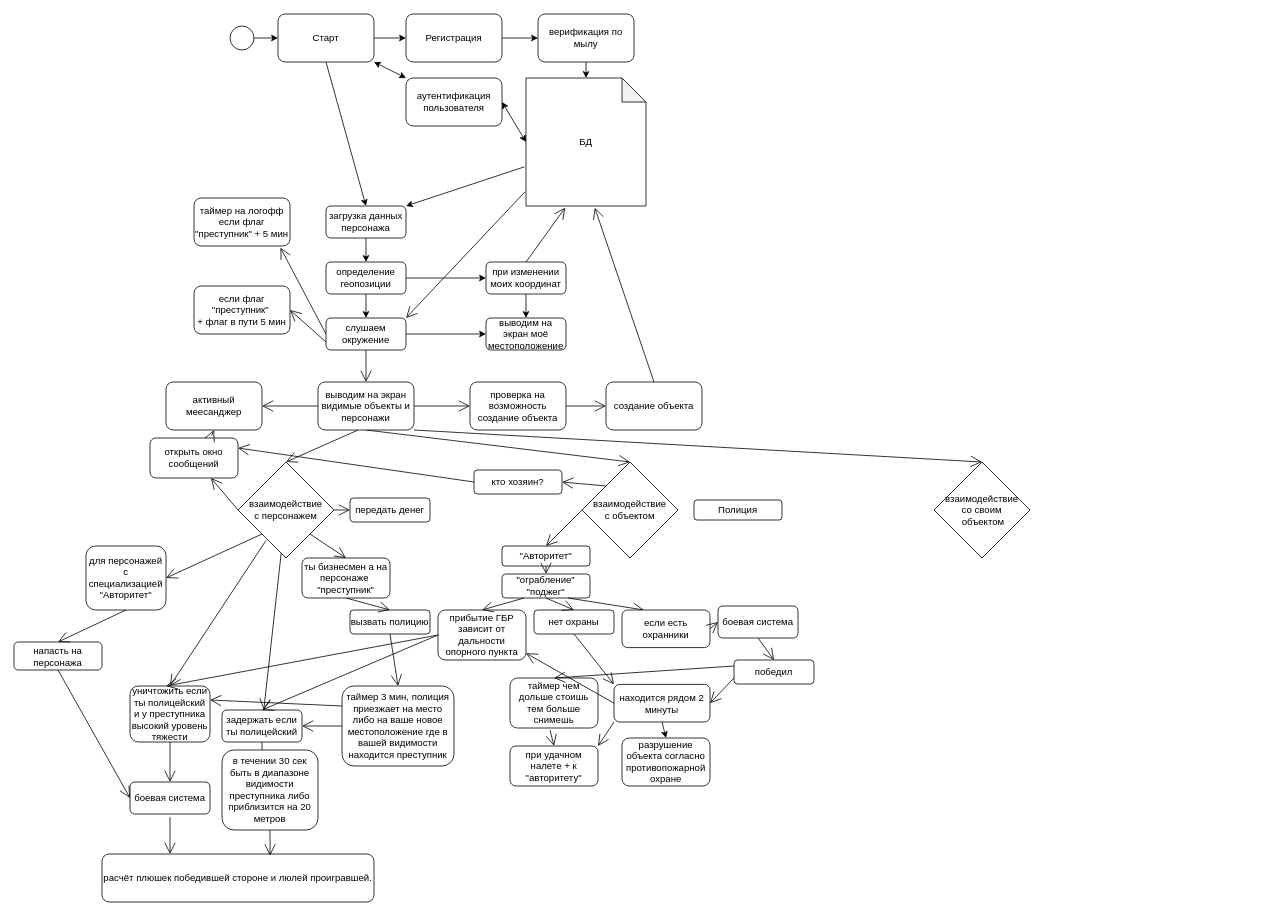
Earlier version of the draw.io diagram page "Architecture" (2 of 2) of libs/Mafia.drawio (PhoenixVRN/Mafia). Source tidied: cells renumbered, new cells numbered last; positions are measured from the earlier drawing's top-left corner, leaving out a move shared by most shapes. Both pictures are drawn from the tidied source at 80%, with x=0, y=0 at pixel (14, 14).
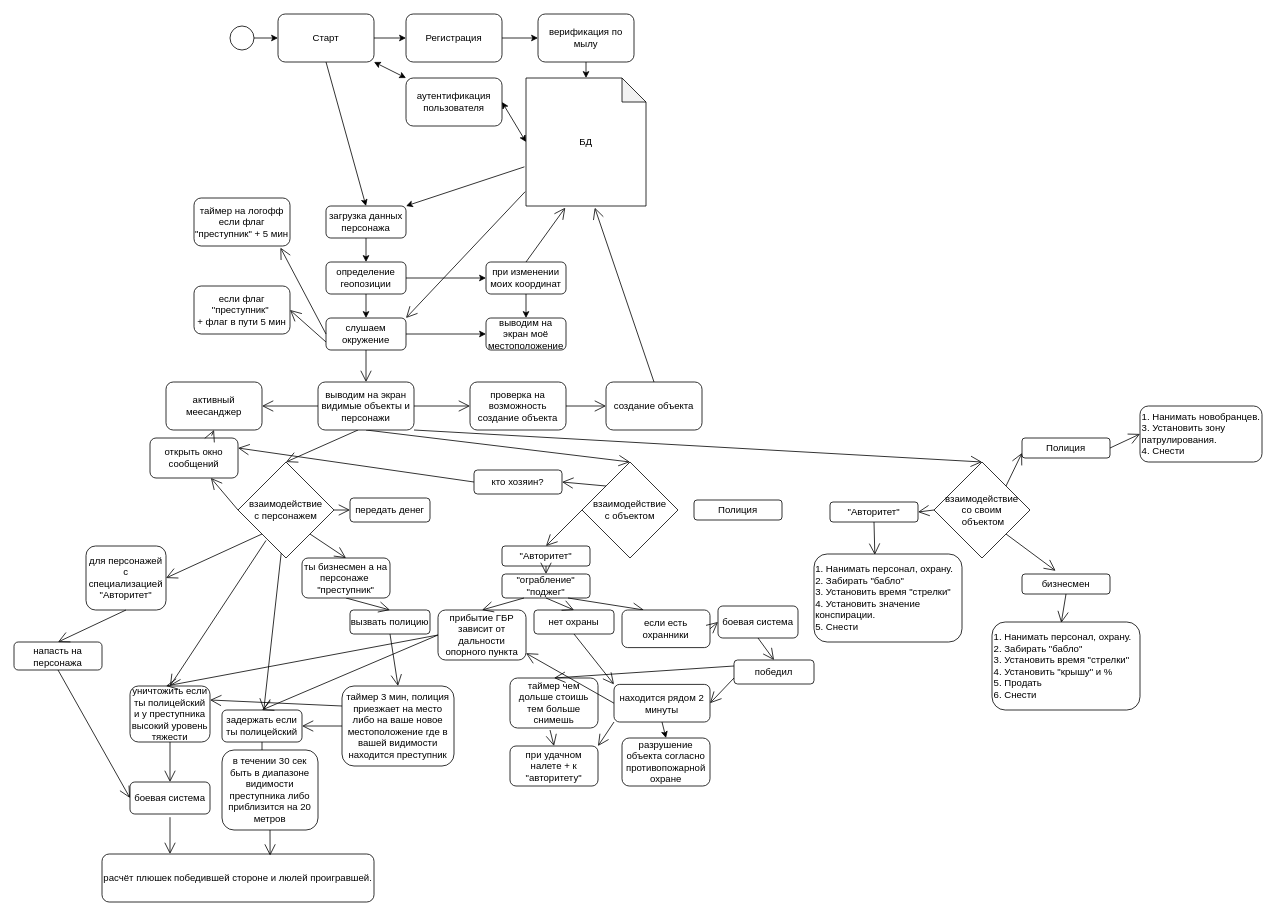
Above is the later version.

The change refers to these unchanged cells:
```xml
<mxCell id="39" value="взаимодействие&lt;br&gt;со своим&lt;br&gt;&amp;nbsp;объектом" style="rhombus;whiteSpace=wrap;html=1;" parent="1" vertex="1">
  <mxGeometry x="1150" y="560" width="120" height="120" as="geometry" />
</mxCell>
```

The edit, as a diff of the source:
```diff
@@
+    <mxCell id="107" value="&quot;Авторитет&quot;" style="rounded=1;whiteSpace=wrap;html=1;" parent="1" vertex="1">
+      <mxGeometry x="1020" y="610" width="110" height="25" as="geometry" />
+    </mxCell>
+    <mxCell id="108" value="бизнесмен" style="rounded=1;whiteSpace=wrap;html=1;" parent="1" vertex="1">
+      <mxGeometry x="1260" y="700" width="110" height="25" as="geometry" />
+    </mxCell>
+    <mxCell id="109" value="Полиция" style="rounded=1;whiteSpace=wrap;html=1;" parent="1" vertex="1">
+      <mxGeometry x="1260" y="530" width="110" height="25" as="geometry" />
+    </mxCell>
+    <mxCell id="110" style="endArrow=open;endFill=1;endSize=12;html=1;exitX=0;exitY=0.5;exitDx=0;exitDy=0;entryX=1;entryY=0.5;entryDx=0;entryDy=0;" parent="1" edge="1" source="39" target="107">
+      <mxGeometry relative="1" as="geometry" />
+    </mxCell>
+    <mxCell id="111" style="endArrow=open;endFill=1;endSize=12;html=1;exitX=1;exitY=0;exitDx=0;exitDy=0;entryX=0;entryY=0.75;entryDx=0;entryDy=0;" parent="1" edge="1" source="39" target="109">
+      <mxGeometry relative="1" as="geometry" />
+    </mxCell>
+    <mxCell id="112" style="endArrow=open;endFill=1;endSize=12;html=1;exitX=1;exitY=1;exitDx=0;exitDy=0;entryX=0.382;entryY=-0.16;entryDx=0;entryDy=0;entryPerimeter=0;" parent="1" edge="1" source="39" target="108">
+      <mxGeometry relative="1" as="geometry" />
+    </mxCell>
+    <mxCell id="113" value="1. Нанимать персонал, охрану.&lt;br&gt;2. Забирать &quot;бабло&quot;&lt;br&gt;3. Установить время &quot;стрелки&quot;&lt;br&gt;4. Установить &quot;крышу&quot; и %&lt;br&gt;5. Продать&lt;br&gt;6. Снести" style="rounded=1;whiteSpace=wrap;html=1;align=left;" parent="1" vertex="1">
+      <mxGeometry x="1222.5" y="760" width="185" height="110" as="geometry" />
+    </mxCell>
+    <mxCell id="114" value="1. Нанимать персонал, охрану.&lt;br&gt;2. Забирать &quot;бабло&quot;&lt;br&gt;3. Установить время &quot;стрелки&quot;&lt;br&gt;4. Установить значение конспирации.&lt;br&gt;5. Снести" style="rounded=1;whiteSpace=wrap;html=1;align=left;" parent="1" vertex="1">
+      <mxGeometry x="1000" y="675" width="185" height="110" as="geometry" />
+    </mxCell>
+    <mxCell id="115" style="endArrow=open;endFill=1;endSize=12;html=1;exitX=0.5;exitY=1;exitDx=0;exitDy=0;entryX=0.411;entryY=0.009;entryDx=0;entryDy=0;entryPerimeter=0;" parent="1" edge="1" source="107" target="114">
+      <mxGeometry relative="1" as="geometry" />
+    </mxCell>
+    <mxCell id="116" style="endArrow=open;endFill=1;endSize=12;html=1;entryX=0.468;entryY=0.009;entryDx=0;entryDy=0;entryPerimeter=0;exitX=0.5;exitY=1;exitDx=0;exitDy=0;" parent="1" edge="1" source="108" target="113">
+      <mxGeometry relative="1" as="geometry" />
+    </mxCell>
+    <mxCell id="117" value="1. Нанимать новобранцев.&lt;br&gt;3. Установить зону патрулирования.&lt;br&gt;4. Снести" style="rounded=1;whiteSpace=wrap;html=1;align=left;" parent="1" vertex="1">
+      <mxGeometry x="1407.5" y="490" width="152.5" height="70" as="geometry" />
+    </mxCell>
+    <mxCell id="118" style="endArrow=open;endFill=1;endSize=12;html=1;exitX=1;exitY=0.5;exitDx=0;exitDy=0;entryX=0;entryY=0.5;entryDx=0;entryDy=0;" parent="1" edge="1" source="109" target="117">
+      <mxGeometry relative="1" as="geometry" />
+    </mxCell>
```
